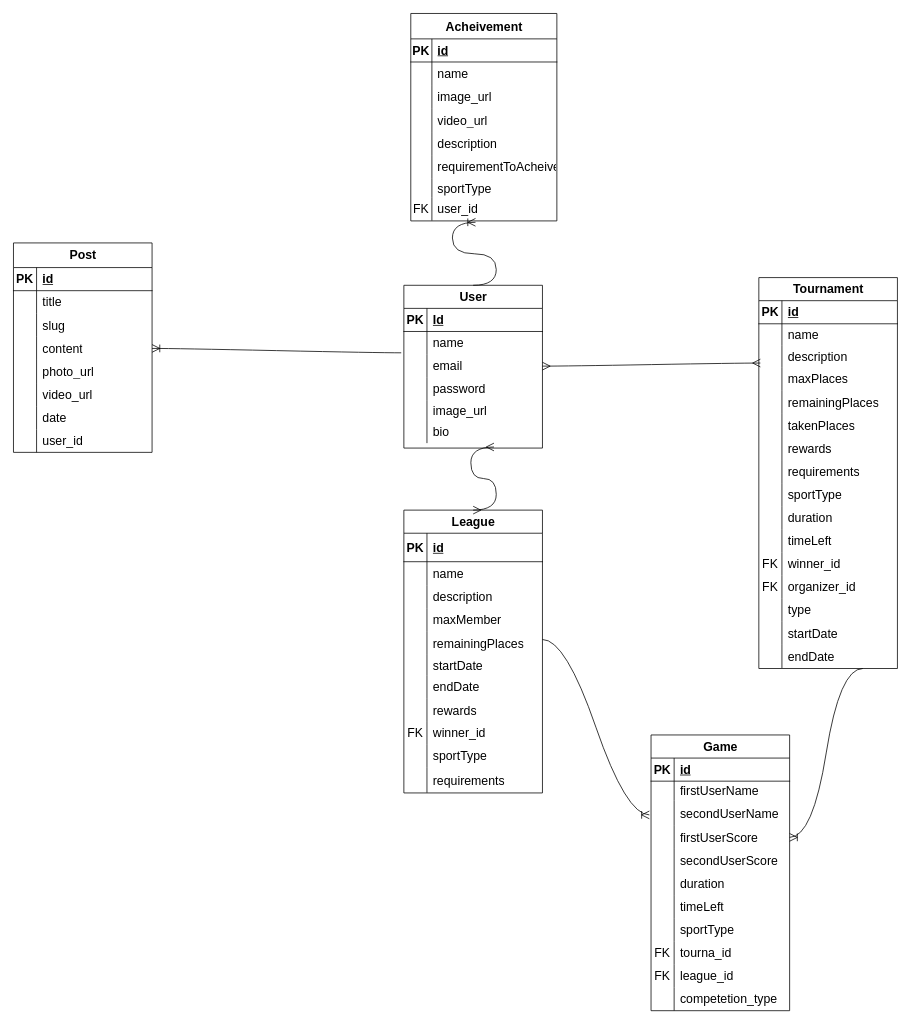
The draw.io diagram Untitled Diagram.drawio in KareemAlAhmed/Virtual-Sports-Community-and-Tournaments, before the edit. Source tidied: cells renumbered, new cells numbered last; positions are measured from the earlier drawing's top-left corner, leaving out a move shared by most shapes. Both pictures are drawn from the tidied source at 77%, with x=0, y=0 at pixel (13, 13).
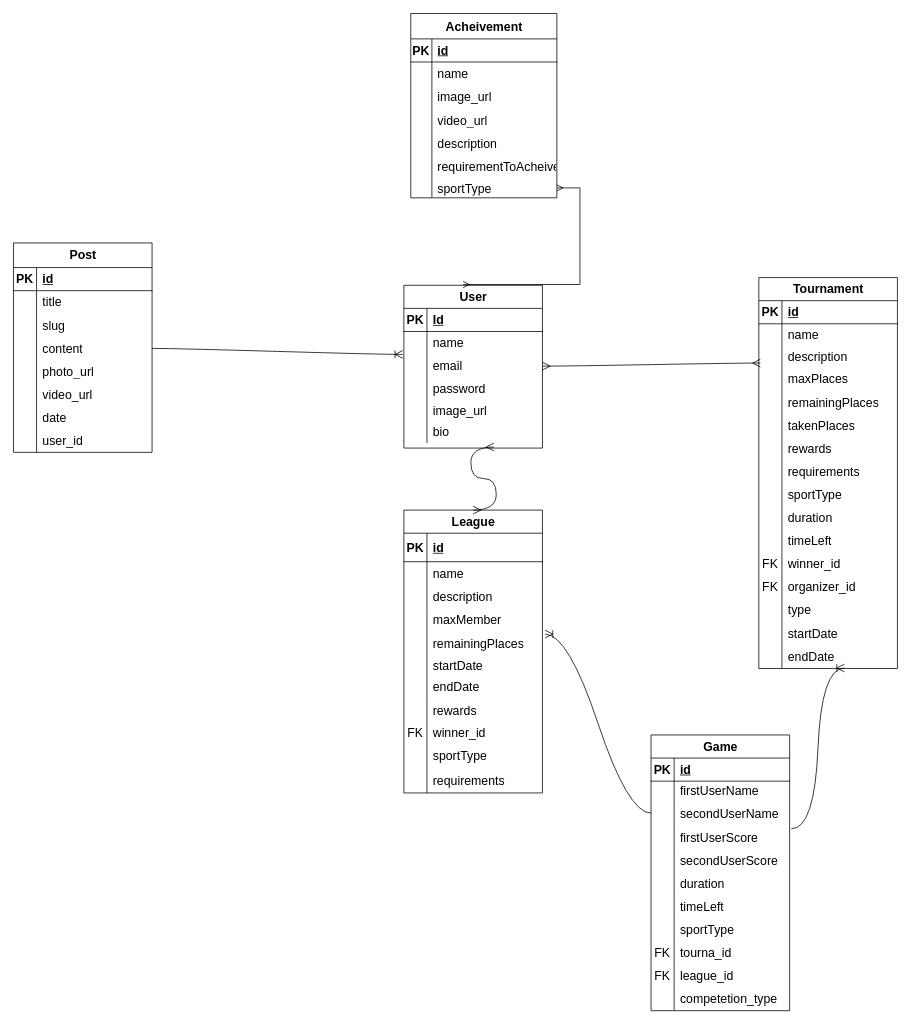
The same page after the edit.

The change refers to these unchanged cells:
```xml
<mxCell id="2" value="User" style="shape=table;startSize=30;childLayout=tableLayout;rowLines=0;fontStyle=1;align=center;html=1;fontSize=16;" parent="1" vertex="1">
  <mxGeometry x="507" y="353" width="180" height="211.4" as="geometry" />
</mxCell>
<mxCell id="6" style="shape=tableRow;horizontal=0;startSize=0;swimlaneHead=0;swimlaneBody=0;fillColor=none;points=[[0,0.5],[1,0.5]];portConstraint=eastwest;top=0;left=0;right=0;bottom=0;fontSize=16;" parent="2" vertex="1">
  <mxGeometry y="60" width="180" height="30" as="geometry" />
</mxCell>
<mxCell id="9" style="shape=tableRow;horizontal=0;startSize=0;swimlaneHead=0;swimlaneBody=0;fillColor=none;points=[[0,0.5],[1,0.5]];portConstraint=eastwest;top=0;left=0;right=0;bottom=0;fontSize=16;" parent="2" vertex="1">
  <mxGeometry y="90" width="180" height="30" as="geometry" />
</mxCell>
<mxCell id="34" style="shape=tableRow;horizontal=0;startSize=0;swimlaneHead=0;swimlaneBody=0;fillColor=none;points=[[0,0.5],[1,0.5]];portConstraint=eastwest;top=0;left=0;right=0;bottom=0;fontSize=16;" parent="21" vertex="1">
  <mxGeometry y="158" width="180" height="30" as="geometry" />
</mxCell>
<mxCell id="55" value="Tournament" style="shape=table;startSize=30;childLayout=tableLayout;rowLines=0;fontStyle=1;align=center;html=1;fontSize=16;" parent="1" vertex="1">
  <mxGeometry x="968" y="343" width="180" height="507.7" as="geometry" />
</mxCell>
<mxCell id="101" style="shape=tableRow;horizontal=0;startSize=0;swimlaneHead=0;swimlaneBody=0;fillColor=none;points=[[0,0.5],[1,0.5]];portConstraint=eastwest;top=0;left=0;right=0;bottom=0;fontSize=16;" parent="55" vertex="1">
  <mxGeometry y="477" width="180" height="30" as="geometry" />
</mxCell>
<mxCell id="111" style="shape=tableRow;horizontal=0;startSize=0;swimlaneHead=0;swimlaneBody=0;fillColor=none;points=[[0,0.5],[1,0.5]];portConstraint=eastwest;top=0;left=0;right=0;bottom=0;fontSize=16;" parent="104" vertex="1">
  <mxGeometry y="85" width="180" height="33" as="geometry" />
</mxCell>
<mxCell id="114" style="shape=tableRow;horizontal=0;startSize=0;swimlaneHead=0;swimlaneBody=0;fillColor=none;points=[[0,0.5],[1,0.5]];portConstraint=eastwest;top=0;left=0;right=0;bottom=0;fontSize=16;" parent="104" vertex="1">
  <mxGeometry y="118" width="180" height="30" as="geometry" />
</mxCell>
<mxCell id="159" style="shape=tableRow;horizontal=0;startSize=0;swimlaneHead=0;swimlaneBody=0;fillColor=none;points=[[0,0.5],[1,0.5]];portConstraint=eastwest;top=0;left=0;right=0;bottom=0;fontSize=16;" parent="140" vertex="1">
  <mxGeometry y="214" width="189.7" height="25" as="geometry" />
</mxCell>
<mxCell id="176" style="shape=tableRow;horizontal=0;startSize=0;swimlaneHead=0;swimlaneBody=0;fillColor=none;points=[[0,0.5],[1,0.5]];portConstraint=eastwest;top=0;left=0;right=0;bottom=0;fontSize=16;" parent="166" vertex="1">
  <mxGeometry y="122" width="180" height="30" as="geometry" />
</mxCell>
```

The edit, as a diff of the source:
```diff
@@
-    <mxCell id="138" style="edgeStyle=entityRelationEdgeStyle;fontSize=12;html=1;endArrow=ERoneToMany;rounded=0;startSize=8;endSize=8;curved=1;entryX=-0.012;entryY=0.794;entryDx=0;entryDy=0;entryPerimeter=0;exitX=1;exitY=0.5;exitDx=0;exitDy=0;" parent="1" edge="1">
+    <mxCell id="138" style="edgeStyle=entityRelationEdgeStyle;fontSize=12;html=1;endArrow=ERoneToMany;rounded=0;startSize=8;endSize=8;curved=1;entryX=1.019;entryY=0.1;entryDx=0;entryDy=0;entryPerimeter=0;exitX=0;exitY=0.5;exitDx=0;exitDy=0;" parent="1" edge="1" source="111" target="34">
       <mxGeometry relative="1" as="geometry">
-        <mxPoint x="687" y="813" as="sourcePoint" />
-        <mxPoint x="825.8" y="1040.8" as="targetPoint" />
         <Array as="points">
           <mxPoint x="740" y="1041" />
           <mxPoint x="811" y="897" />
           <mxPoint x="804" y="919" />
           <mxPoint x="723" y="989" />
         </Array>
       </mxGeometry>
     </mxCell>
-    <mxCell id="139" style="edgeStyle=entityRelationEdgeStyle;fontSize=12;html=1;endArrow=ERoneToMany;rounded=0;startSize=8;endSize=8;curved=1;exitX=0.75;exitY=1;exitDx=0;exitDy=0;entryX=1;entryY=0.5;entryDx=0;entryDy=0;" parent="1" edge="1" source="55" target="114">
+    <mxCell id="139" style="edgeStyle=entityRelationEdgeStyle;fontSize=12;html=1;endArrow=ERoneToMany;rounded=0;startSize=8;endSize=8;curved=1;exitX=1.013;exitY=0.127;exitDx=0;exitDy=0;entryX=0.618;entryY=1;entryDx=0;entryDy=0;exitPerimeter=0;entryPerimeter=0;" parent="1" edge="1" source="114" target="101">
       <mxGeometry relative="1" as="geometry">
         <Array as="points">
-          <mxPoint x="938" y="876" />
-          <mxPoint x="968" y="828" />
+          <mxPoint x="1001" y="896.3" />
+          <mxPoint x="1031" y="848.3" />
         </Array>
       </mxGeometry>
     </mxCell>
     <mxCell id="140" value="Acheivement" style="shape=table;startSize=33;childLayout=tableLayout;rowLines=0;fontStyle=1;align=center;html=1;fontSize=16;" parent="1" vertex="1">
-      <mxGeometry x="516" width="189.7" height="269.4" as="geometry" />
+      <mxGeometry x="516" width="189.7" height="239.4" as="geometry" />
     </mxCell>
@@
-    <mxCell id="162" style="shape=tableRow;horizontal=0;startSize=0;swimlaneHead=0;swimlaneBody=0;fillColor=none;points=[[0,0.5],[1,0.5]];portConstraint=eastwest;top=0;left=0;right=0;bottom=0;fontSize=16;" parent="140" vertex="1">
-      <mxGeometry y="239" width="189.7" height="30" as="geometry" />
-    </mxCell>
-    <mxCell id="163" value="FK" style="shape=partialRectangle;fillColor=none;top=0;left=0;bottom=0;right=0;overflow=hidden;whiteSpace=wrap;html=1;fontSize=16;" parent="162" vertex="1">
-      <mxGeometry width="27.4" height="30" as="geometry" />
-    </mxCell>
-    <mxCell id="164" value="user_id" style="shape=partialRectangle;fillColor=none;top=0;left=0;bottom=0;right=0;align=left;spacingLeft=6;overflow=hidden;whiteSpace=wrap;html=1;fontSize=16;" parent="162" vertex="1">
-      <mxGeometry x="27.4" width="162.3" height="30" as="geometry" />
-    </mxCell>
-    <mxCell id="165" style="edgeStyle=entityRelationEdgeStyle;fontSize=12;html=1;endArrow=ERoneToMany;rounded=0;startSize=8;endSize=8;curved=1;exitX=0.5;exitY=0;exitDx=0;exitDy=0;entryX=0.443;entryY=1.073;entryDx=0;entryDy=0;entryPerimeter=0;" parent="1" edge="1" source="2" target="162">
-      <mxGeometry relative="1" as="geometry" />
-    </mxCell>
@@
-    <mxCell id="191" style="edgeStyle=entityRelationEdgeStyle;fontSize=12;html=1;endArrow=ERoneToMany;rounded=0;startSize=8;endSize=8;curved=1;entryX=1;entryY=0.5;entryDx=0;entryDy=0;exitX=-0.019;exitY=0.923;exitDx=0;exitDy=0;exitPerimeter=0;" parent="1" edge="1" source="6" target="176">
+    <mxCell id="191" style="edgeStyle=entityRelationEdgeStyle;fontSize=12;html=1;endArrow=ERoneToMany;rounded=0;startSize=8;endSize=8;curved=1;entryX=-0.008;entryY=-0.007;entryDx=0;entryDy=0;exitX=1;exitY=0.5;exitDx=0;exitDy=0;entryPerimeter=0;" parent="1" edge="1" source="176" target="9">
       <mxGeometry relative="1" as="geometry" />
     </mxCell>
@@
+    <mxCell id="194" style="edgeStyle=entityRelationEdgeStyle;fontSize=12;html=1;endArrow=ERmany;startArrow=ERmany;rounded=0;" parent="1" edge="1" target="159">
+      <mxGeometry relative="1" as="geometry">
+        <mxPoint x="584" y="352" as="sourcePoint" />
+        <Array as="points">
+          <mxPoint x="436" y="252" />
+        </Array>
+      </mxGeometry>
+    </mxCell>
```
